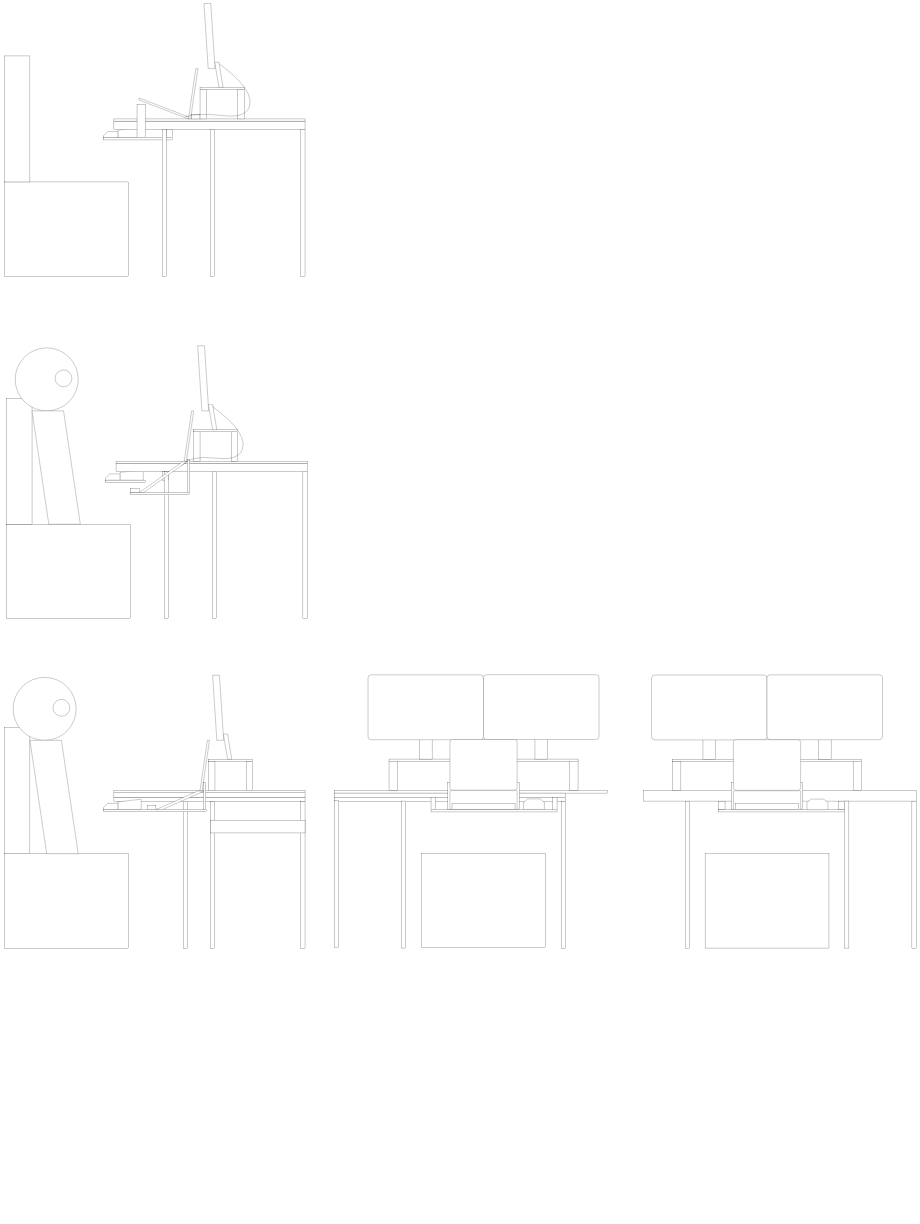
sendo-kakeru/diy keeps this draw.io diagram as table.drawio. Above is the earlier version. Source tidied: cells renumbered, new cells numbered last; positions are measured from the earlier drawing's top-left corner, leaving out a move shared by most shapes. Both pictures are drawn from the tidied source at 21%, with x=0, y=0 at pixel (5, 3).
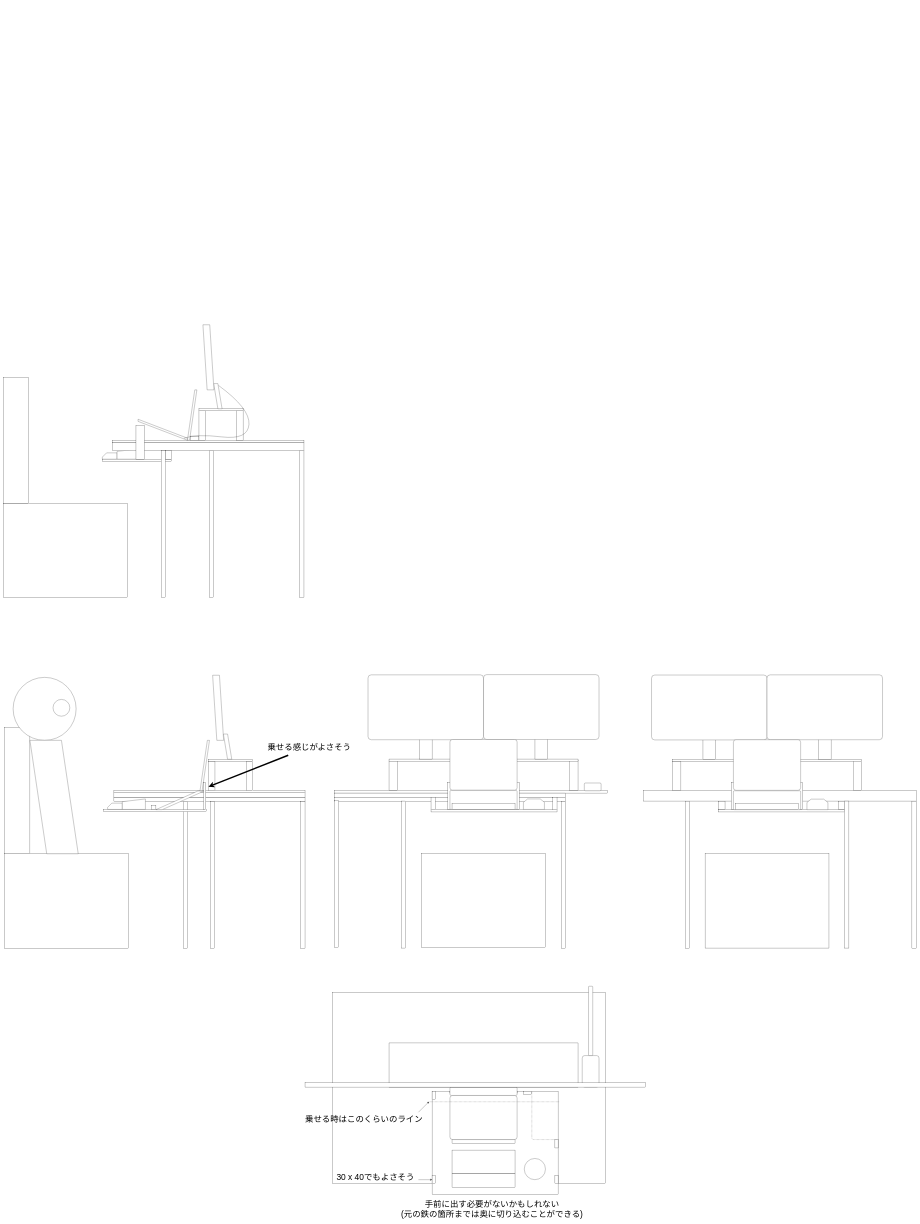
The same page after the edit.

Commit message:
上視点追加

The edit, as a diff of the source:
```diff
@@
+    <mxCell id="114" style="rounded=0;whiteSpace=wrap;html=1;fillColor=default;flipH=0;" parent="1" vertex="1">
+      <mxGeometry x="1560" y="4710" width="1300" height="910" as="geometry" />
+    </mxCell>
+    <mxCell id="115" style="rounded=0;whiteSpace=wrap;html=1;fillColor=default;" parent="1" vertex="1">
+      <mxGeometry x="2035" y="5180" width="600" height="490" as="geometry" />
+    </mxCell>
@@
-    <mxCell id="8" style="shape=card;whiteSpace=wrap;html=1;size=20;" parent="1" vertex="1">
-      <mxGeometry x="480" y="2240" width="70" height="30" as="geometry" />
-    </mxCell>
-    <mxCell id="9" style="shape=manualInput;whiteSpace=wrap;html=1;size=13;" parent="1" vertex="1">
-      <mxGeometry x="550" y="2220" width="110" height="50" as="geometry" />
-    </mxCell>
-    <mxCell id="10" style="rounded=0;whiteSpace=wrap;html=1;" parent="1" vertex="1">
-      <mxGeometry x="480" y="2270" width="190" height="10" as="geometry" />
-    </mxCell>
-    <mxCell id="11" style="rounded=0;whiteSpace=wrap;html=1;" parent="1" vertex="1">
-      <mxGeometry x="1420" y="2230" width="20" height="700" as="geometry" />
-    </mxCell>
-    <mxCell id="12" style="rounded=0;whiteSpace=wrap;html=1;" parent="1" vertex="1">
-      <mxGeometry x="990" y="2230" width="20" height="700" as="geometry" />
-    </mxCell>
-    <mxCell id="13" style="rounded=0;whiteSpace=wrap;html=1;" parent="1" vertex="1">
-      <mxGeometry x="530" y="2190" width="910" height="40" as="geometry" />
-    </mxCell>
-    <mxCell id="14" style="rounded=0;whiteSpace=wrap;html=1;" parent="1" vertex="1">
-      <mxGeometry x="530" y="2180" width="910" height="10" as="geometry" />
-    </mxCell>
-    <mxCell id="15" style="rounded=0;whiteSpace=wrap;html=1;" parent="1" vertex="1">
-      <mxGeometry x="10" y="2480" width="590" height="450" as="geometry" />
-    </mxCell>
-    <mxCell id="16" style="rounded=0;whiteSpace=wrap;html=1;" parent="1" vertex="1">
-      <mxGeometry x="10" y="1880" width="120" height="600" as="geometry" />
-    </mxCell>
-    <mxCell id="17" style="rounded=0;whiteSpace=wrap;html=1;" parent="1" vertex="1">
-      <mxGeometry x="750" y="2230" width="30" height="40" as="geometry" />
-    </mxCell>
-    <mxCell id="18" style="rounded=0;whiteSpace=wrap;html=1;" parent="1" vertex="1">
-      <mxGeometry x="760" y="2230" width="20" height="700" as="geometry" />
-    </mxCell>
-    <mxCell id="19" style="shape=parallelogram;perimeter=parallelogramPerimeter;whiteSpace=wrap;html=1;fixedSize=1;size=210;" parent="1" vertex="1">
-      <mxGeometry x="640" y="2180" width="230" height="150" as="geometry" />
-    </mxCell>
-    <mxCell id="20" style="rounded=0;whiteSpace=wrap;html=1;" parent="1" vertex="1">
-      <mxGeometry x="600" y="2310" width="40" height="20" as="geometry" />
-    </mxCell>
-    <mxCell id="21" style="shape=parallelogram;perimeter=parallelogramPerimeter;whiteSpace=wrap;html=1;fixedSize=1;size=35;" parent="1" vertex="1">
-      <mxGeometry x="855" y="1940" width="45" height="240" as="geometry" />
-    </mxCell>
-    <mxCell id="22" style="rounded=0;whiteSpace=wrap;html=1;fillColor=default;" parent="1" vertex="1">
-      <mxGeometry x="600" y="2330" width="280" height="10" as="geometry" />
-    </mxCell>
-    <mxCell id="23" style="rounded=0;whiteSpace=wrap;html=1;fillColor=default;" parent="1" vertex="1">
-      <mxGeometry x="870" y="2170" width="10" height="160" as="geometry" />
-    </mxCell>
     <mxCell id="24" style="shape=card;whiteSpace=wrap;html=1;size=20;" parent="1" vertex="1">
-      <mxGeometry x="470" y="610" width="70" height="30" as="geometry" />
+      <mxGeometry x="465" y="2140" width="70" height="30" as="geometry" />
     </mxCell>
     <mxCell id="25" style="shape=manualInput;whiteSpace=wrap;html=1;size=13;" parent="1" vertex="1">
-      <mxGeometry x="540" y="590" width="110" height="50" as="geometry" />
+      <mxGeometry x="535" y="2120" width="110" height="50" as="geometry" />
     </mxCell>
     <mxCell id="26" style="rounded=0;whiteSpace=wrap;html=1;" parent="1" vertex="1">
-      <mxGeometry x="470" y="640" width="330" height="10" as="geometry" />
+      <mxGeometry x="465" y="2170" width="330" height="10" as="geometry" />
     </mxCell>
     <mxCell id="27" style="rounded=0;whiteSpace=wrap;html=1;" parent="1" vertex="1">
-      <mxGeometry x="1410" y="600" width="20" height="700" as="geometry" />
+      <mxGeometry x="1405" y="2130" width="20" height="700" as="geometry" />
     </mxCell>
     <mxCell id="28" style="rounded=0;whiteSpace=wrap;html=1;" parent="1" vertex="1">
-      <mxGeometry x="980" y="600" width="20" height="700" as="geometry" />
+      <mxGeometry x="975" y="2130" width="20" height="700" as="geometry" />
     </mxCell>
     <mxCell id="29" style="rounded=0;whiteSpace=wrap;html=1;" parent="1" vertex="1">
-      <mxGeometry x="520" y="560" width="910" height="40" as="geometry" />
+      <mxGeometry x="515" y="2090" width="910" height="40" as="geometry" />
     </mxCell>
     <mxCell id="30" style="rounded=0;whiteSpace=wrap;html=1;" parent="1" vertex="1">
-      <mxGeometry x="520" y="550" width="910" height="10" as="geometry" />
+      <mxGeometry x="515" y="2080" width="910" height="10" as="geometry" />
     </mxCell>
     <mxCell id="31" style="rounded=0;whiteSpace=wrap;html=1;" parent="1" vertex="1">
-      <mxGeometry y="850" width="590" height="450" as="geometry" />
+      <mxGeometry x="-5" y="2380" width="590" height="450" as="geometry" />
     </mxCell>
     <mxCell id="32" style="rounded=0;whiteSpace=wrap;html=1;" parent="1" vertex="1">
-      <mxGeometry y="250" width="120" height="600" as="geometry" />
+      <mxGeometry x="-5" y="1780" width="120" height="600" as="geometry" />
     </mxCell>
     <mxCell id="33" style="rounded=0;whiteSpace=wrap;html=1;" parent="1" vertex="1">
-      <mxGeometry x="770" y="600" width="30" height="40" as="geometry" />
+      <mxGeometry x="765" y="2130" width="30" height="40" as="geometry" />
     </mxCell>
     <mxCell id="34" style="rounded=0;whiteSpace=wrap;html=1;" parent="1" vertex="1">
-      <mxGeometry x="750" y="600" width="20" height="700" as="geometry" />
+      <mxGeometry x="745" y="2130" width="20" height="700" as="geometry" />
     </mxCell>
     <mxCell id="35" style="shape=parallelogram;perimeter=parallelogramPerimeter;whiteSpace=wrap;html=1;fixedSize=1;size=35;" parent="1" vertex="1">
-      <mxGeometry x="875" y="310" width="45" height="240" as="geometry" />
+      <mxGeometry x="870" y="1840" width="45" height="240" as="geometry" />
     </mxCell>
     <mxCell id="36" style="shape=parallelogram;perimeter=parallelogramPerimeter;whiteSpace=wrap;html=1;fixedSize=1;fillColor=default;direction=south;size=90;" parent="1" vertex="1">
-      <mxGeometry x="640" y="450" width="235" height="100" as="geometry" />
+      <mxGeometry x="635" y="1980" width="235" height="100" as="geometry" />
     </mxCell>
     <mxCell id="37" style="rounded=0;whiteSpace=wrap;html=1;fillColor=default;" parent="1" vertex="1">
-      <mxGeometry x="890" y="530" width="40" height="20" as="geometry" />
+      <mxGeometry x="885" y="2060" width="40" height="20" as="geometry" />
     </mxCell>
     <mxCell id="38" style="rounded=0;whiteSpace=wrap;html=1;fillColor=default;" parent="1" vertex="1">
-      <mxGeometry x="630" y="480" width="40" height="160" as="geometry" />
+      <mxGeometry x="625" y="2010" width="40" height="160" as="geometry" />
     </mxCell>
-    <mxCell id="39" style="rounded=0;whiteSpace=wrap;html=1;" parent="1" vertex="1">
-      <mxGeometry x="900" y="2040" width="30" height="140" as="geometry" />
-    </mxCell>
-    <mxCell id="40" style="rounded=0;whiteSpace=wrap;html=1;" parent="1" vertex="1">
-      <mxGeometry x="1080" y="2040" width="30" height="140" as="geometry" />
-    </mxCell>
-    <mxCell id="41" style="rounded=0;whiteSpace=wrap;html=1;fillColor=default;" parent="1" vertex="1">
-      <mxGeometry x="900" y="2030" width="210" height="10" as="geometry" />
-    </mxCell>
-    <mxCell id="42" style="shape=parallelogram;perimeter=parallelogramPerimeter;whiteSpace=wrap;html=1;fixedSize=1;fillColor=default;flipH=1;" parent="1" vertex="1">
-      <mxGeometry x="970" y="1910" width="40" height="120" as="geometry" />
-    </mxCell>
-    <mxCell id="43" style="shape=parallelogram;perimeter=parallelogramPerimeter;whiteSpace=wrap;html=1;fixedSize=1;fillColor=default;flipH=1;" parent="1" vertex="1">
-      <mxGeometry x="918.8" y="1630" width="52.5" height="310" as="geometry" />
-    </mxCell>
-    <mxCell id="44" style="ellipse;whiteSpace=wrap;html=1;fillColor=default;" parent="1" vertex="1">
-      <mxGeometry x="50" y="1640" width="300" height="300" as="geometry" />
-    </mxCell>
-    <mxCell id="45" style="shape=parallelogram;perimeter=parallelogramPerimeter;whiteSpace=wrap;html=1;fixedSize=1;fillColor=default;flipH=1;size=80;" parent="1" vertex="1">
-      <mxGeometry x="130" y="1940" width="230" height="540" as="geometry" />
-    </mxCell>
-    <mxCell id="46" style="ellipse;whiteSpace=wrap;html=1;fillColor=default;" parent="1" vertex="1">
-      <mxGeometry x="240" y="1745" width="80" height="80" as="geometry" />
-    </mxCell>
     <mxCell id="47" style="rounded=0;whiteSpace=wrap;html=1;" parent="1" vertex="1">
-      <mxGeometry x="930" y="410" width="30" height="140" as="geometry" />
+      <mxGeometry x="925" y="1940" width="30" height="140" as="geometry" />
     </mxCell>
     <mxCell id="48" style="rounded=0;whiteSpace=wrap;html=1;" parent="1" vertex="1">
-      <mxGeometry x="1110" y="410" width="30" height="140" as="geometry" />
+      <mxGeometry x="1105" y="1940" width="30" height="140" as="geometry" />
     </mxCell>
     <mxCell id="49" style="rounded=0;whiteSpace=wrap;html=1;fillColor=default;" parent="1" vertex="1">
-      <mxGeometry x="930" y="400" width="210" height="10" as="geometry" />
+      <mxGeometry x="925" y="1930" width="210" height="10" as="geometry" />
     </mxCell>
     <mxCell id="50" style="shape=parallelogram;perimeter=parallelogramPerimeter;whiteSpace=wrap;html=1;fixedSize=1;fillColor=default;flipH=1;" parent="1" vertex="1">
-      <mxGeometry x="1000" y="280" width="40" height="120" as="geometry" />
+      <mxGeometry x="995" y="1810" width="40" height="120" as="geometry" />
     </mxCell>
     <mxCell id="51" style="shape=parallelogram;perimeter=parallelogramPerimeter;whiteSpace=wrap;html=1;fixedSize=1;fillColor=default;flipH=1;" parent="1" vertex="1">
-      <mxGeometry x="948.8" width="52.5" height="310" as="geometry" />
+      <mxGeometry x="943.8" y="1530" width="52.5" height="310" as="geometry" />
     </mxCell>
-    <mxCell id="52" style="endArrow=none;html=1;entryX=0.878;entryY=0.148;entryDx=0;entryDy=0;entryPerimeter=0;curved=1;" parent="1" edge="1" target="19">
-      <mxGeometry relative="1" as="geometry">
-        <mxPoint x="990" y="1920" as="sourcePoint" />
-        <Array as="points">
-          <mxPoint x="1140" y="2030" />
-          <mxPoint x="1130" y="2180" />
-          <mxPoint x="880" y="2150" />
-        </Array>
-      </mxGeometry>
-    </mxCell>
     <mxCell id="53" style="endArrow=none;html=1;entryX=0.909;entryY=0.072;entryDx=0;entryDy=0;entryPerimeter=0;curved=1;" parent="1" edge="1" target="36">
       <mxGeometry relative="1" as="geometry">
-        <mxPoint x="1023.1" y="288.9" as="sourcePoint" />
+        <mxPoint x="1018.1" y="1818.9" as="sourcePoint" />
         <Array as="points">
-          <mxPoint x="1173.1" y="398.9" />
-          <mxPoint x="1163.1" y="548.9" />
-          <mxPoint x="913.1" y="518.9" />
+          <mxPoint x="1168.1" y="1928.9" />
+          <mxPoint x="1158.1" y="2078.9" />
+          <mxPoint x="908.1" y="2048.9" />
         </Array>
       </mxGeometry>
     </mxCell>
     <mxCell id="54" style="shape=card;whiteSpace=wrap;html=1;size=20;" parent="1" vertex="1">
-      <mxGeometry x="470" y="3809" width="70" height="30" as="geometry" />
+      <mxGeometry x="490" y="3808" width="70" height="30" as="geometry" />
     </mxCell>
     <mxCell id="55" style="shape=manualInput;whiteSpace=wrap;html=1;size=13;" parent="1" vertex="1">
-      <mxGeometry x="540" y="3789" width="110" height="50" as="geometry" />
+      <mxGeometry x="560" y="3788" width="110" height="50" as="geometry" />
     </mxCell>
@@
     <mxCell id="64" style="rounded=0;whiteSpace=wrap;html=1;" parent="1" vertex="1">
-      <mxGeometry x="680" y="3819" width="40" height="20" as="geometry" />
+      <mxGeometry x="700" y="3818" width="20" height="20" as="geometry" />
     </mxCell>
@@
-    <mxCell id="113" style="rounded=0;whiteSpace=wrap;html=1;fillColor=default;" parent="1" vertex="1">
-      <mxGeometry x="980" y="3890" width="450" height="60" as="geometry" />
-    </mxCell>
+    <mxCell id="116" style="rounded=0;whiteSpace=wrap;html=1;fillColor=default;" parent="1" vertex="1">
+      <mxGeometry x="2130" y="5570" width="300" height="70" as="geometry" />
+    </mxCell>
+    <mxCell id="117" style="rounded=0;whiteSpace=wrap;html=1;fillColor=default;" parent="1" vertex="1">
+      <mxGeometry x="2130" y="5460" width="300" height="110" as="geometry" />
+    </mxCell>
+    <mxCell id="118" style="rounded=0;whiteSpace=wrap;html=1;fillColor=default;" parent="1" vertex="1">
+      <mxGeometry x="2130" y="5410" width="300" height="20" as="geometry" />
+    </mxCell>
+    <mxCell id="119" style="rounded=1;whiteSpace=wrap;html=1;fillColor=default;arcSize=6;" parent="1" vertex="1">
+      <mxGeometry x="2120" y="5200" width="320" height="210" as="geometry" />
+    </mxCell>
+    <mxCell id="120" style="rounded=1;whiteSpace=wrap;html=1;fillColor=default;" parent="1" vertex="1">
+      <mxGeometry x="2760" y="3712" width="80" height="37" as="geometry" />
+    </mxCell>
+    <mxCell id="121" style="rounded=0;whiteSpace=wrap;html=1;fillColor=default;" parent="1" vertex="1">
+      <mxGeometry x="2120" y="5180" width="320" height="10" as="geometry" />
+    </mxCell>
+    <mxCell id="122" style="rounded=1;whiteSpace=wrap;html=1;fillColor=default;" parent="1" vertex="1">
+      <mxGeometry x="2120" y="5160" width="320" height="40" as="geometry" />
+    </mxCell>
+    <mxCell id="123" style="ellipse;whiteSpace=wrap;html=1;fillColor=default;" parent="1" vertex="1">
+      <mxGeometry x="2474" y="5500" width="101" height="101" as="geometry" />
+    </mxCell>
+    <mxCell id="124" style="rounded=0;whiteSpace=wrap;html=1;fillColor=default;" parent="1" vertex="1">
+      <mxGeometry x="2620" y="5580" width="15" height="40" as="geometry" />
+    </mxCell>
+    <mxCell id="125" style="rounded=0;whiteSpace=wrap;html=1;fillColor=default;" parent="1" vertex="1">
+      <mxGeometry x="2035" y="5580" width="15" height="40" as="geometry" />
+    </mxCell>
+    <mxCell id="126" style="rounded=0;whiteSpace=wrap;html=1;fillColor=default;" parent="1" vertex="1">
+      <mxGeometry x="2470" y="5180" width="40" height="15" as="geometry" />
+    </mxCell>
+    <mxCell id="127" style="endArrow=none;dashed=1;html=1;rounded=1;" parent="1" edge="1">
+      <mxGeometry relative="1" as="geometry">
+        <mxPoint x="2628" y="5410" as="sourcePoint" />
+        <mxPoint x="2510" y="5180" as="targetPoint" />
+        <Array as="points">
+          <mxPoint x="2510" y="5410" />
+        </Array>
+      </mxGeometry>
+    </mxCell>
+    <mxCell id="128" style="rounded=0;whiteSpace=wrap;html=1;fillColor=default;" parent="1" vertex="1">
+      <mxGeometry x="2035" y="5180" width="15" height="40" as="geometry" />
+    </mxCell>
+    <mxCell id="129" style="rounded=0;whiteSpace=wrap;html=1;fillColor=default;" parent="1" vertex="1">
+      <mxGeometry x="2620" y="5410" width="15" height="40" as="geometry" />
+    </mxCell>
+    <mxCell id="130" style="rounded=0;whiteSpace=wrap;html=1;fillColor=default;" parent="1" vertex="1">
+      <mxGeometry x="1830" y="4950" width="900" height="210" as="geometry" />
+    </mxCell>
+    <mxCell id="131" style="endArrow=classic;html=1;rounded=1;strokeWidth=7;jumpSize=6;" parent="1" edge="1">
+      <mxGeometry relative="1" as="geometry">
+        <mxPoint x="1350" y="3580" as="sourcePoint" />
+        <mxPoint x="970" y="3730" as="targetPoint" />
+      </mxGeometry>
+    </mxCell>
+    <mxCell id="132" value="&lt;span style=&quot;font-size: 40px;&quot;&gt;乗せる感じがよさそう&lt;/span&gt;" style="text;html=1;align=center;verticalAlign=middle;strokeColor=none;fillColor=none;" parent="1" vertex="1">
+      <mxGeometry x="1240" y="3509" width="420" height="60" as="geometry" />
+    </mxCell>
+    <mxCell id="133" style="rounded=1;whiteSpace=wrap;html=1;fillColor=default;" parent="1" vertex="1">
+      <mxGeometry x="2750" y="5010" width="80" height="150" as="geometry" />
+    </mxCell>
+    <mxCell id="134" style="rounded=1;whiteSpace=wrap;html=1;fontSize=40;fillColor=default;" parent="1" vertex="1">
+      <mxGeometry x="2780" y="4680" width="20" height="330" as="geometry" />
+    </mxCell>
+    <mxCell id="135" style="endArrow=none;dashed=1;html=1;rounded=1;strokeWidth=1;fontSize=40;jumpSize=6;" parent="1" edge="1">
+      <mxGeometry relative="1" as="geometry">
+        <mxPoint x="2640" y="5230" as="sourcePoint" />
+        <mxPoint x="2020" y="5230" as="targetPoint" />
+      </mxGeometry>
+    </mxCell>
+    <mxCell id="136" style="endArrow=classic;html=1;rounded=1;strokeWidth=1;fontSize=40;jumpSize=6;" parent="1" edge="1">
+      <mxGeometry relative="1" as="geometry">
+        <mxPoint x="1970" y="5280" as="sourcePoint" />
+        <mxPoint x="2020" y="5230" as="targetPoint" />
+      </mxGeometry>
+    </mxCell>
+    <mxCell id="137" value="乗せる時はこのくらいのライン" style="text;html=1;align=center;verticalAlign=middle;strokeColor=none;fillColor=none;fontSize=40;" parent="1" vertex="1">
+      <mxGeometry x="1420" y="5280" width="580" height="60" as="geometry" />
+    </mxCell>
+    <mxCell id="138" value="手前に出す必要がないかもしれない&lt;br&gt;(元の鉄の箇所までは奥に切り込むことができる)" style="text;html=1;align=center;verticalAlign=middle;strokeColor=none;fillColor=none;fontSize=40;" parent="1" vertex="1">
+      <mxGeometry x="1875" y="5685" width="890" height="110" as="geometry" />
+    </mxCell>
+    <mxCell id="139" style="endArrow=classic;html=1;rounded=1;strokeWidth=1;fontSize=40;jumpSize=6;" parent="1" edge="1">
+      <mxGeometry relative="1" as="geometry">
+        <mxPoint x="1970" y="5601" as="sourcePoint" />
+        <mxPoint x="2035" y="5601" as="targetPoint" />
+      </mxGeometry>
+    </mxCell>
+    <mxCell id="140" value="30 x 40でもよさそう" style="text;html=1;align=center;verticalAlign=middle;strokeColor=none;fillColor=none;fontSize=40;" parent="1" vertex="1">
+      <mxGeometry x="1570" y="5560" width="390" height="60" as="geometry" />
+    </mxCell>
+    <mxCell id="141" style="rounded=0;whiteSpace=wrap;html=1;fontSize=40;fillColor=default;" parent="1" vertex="1">
+      <mxGeometry x="1430" y="5140" width="1620" height="20" as="geometry" />
+    </mxCell>
```
